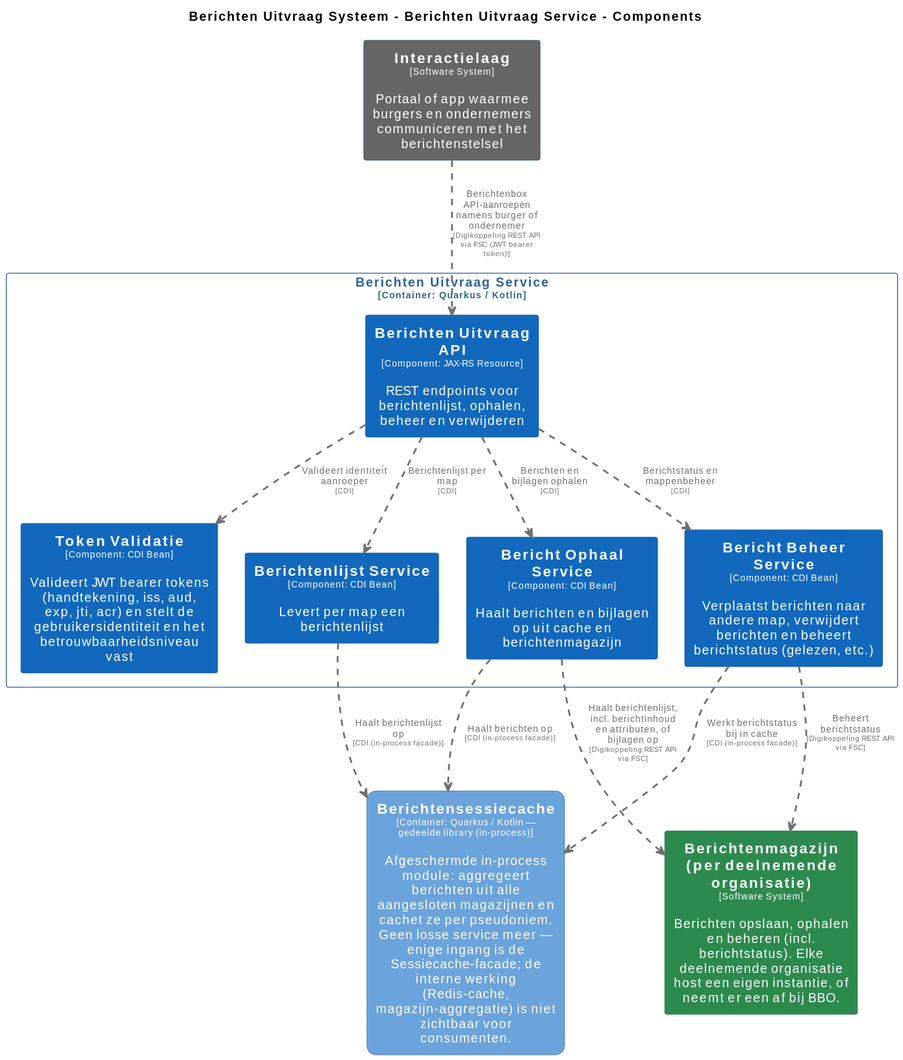
Before: master/svg/BerichtenUitvraagServiceComponenten.svg, a diagram exported from PlantUML (MinBZK/moza-poc-fbs-berichtenbox). Its source is kept beside it as master/puml/BerichtenUitvraagServiceComponenten.puml.
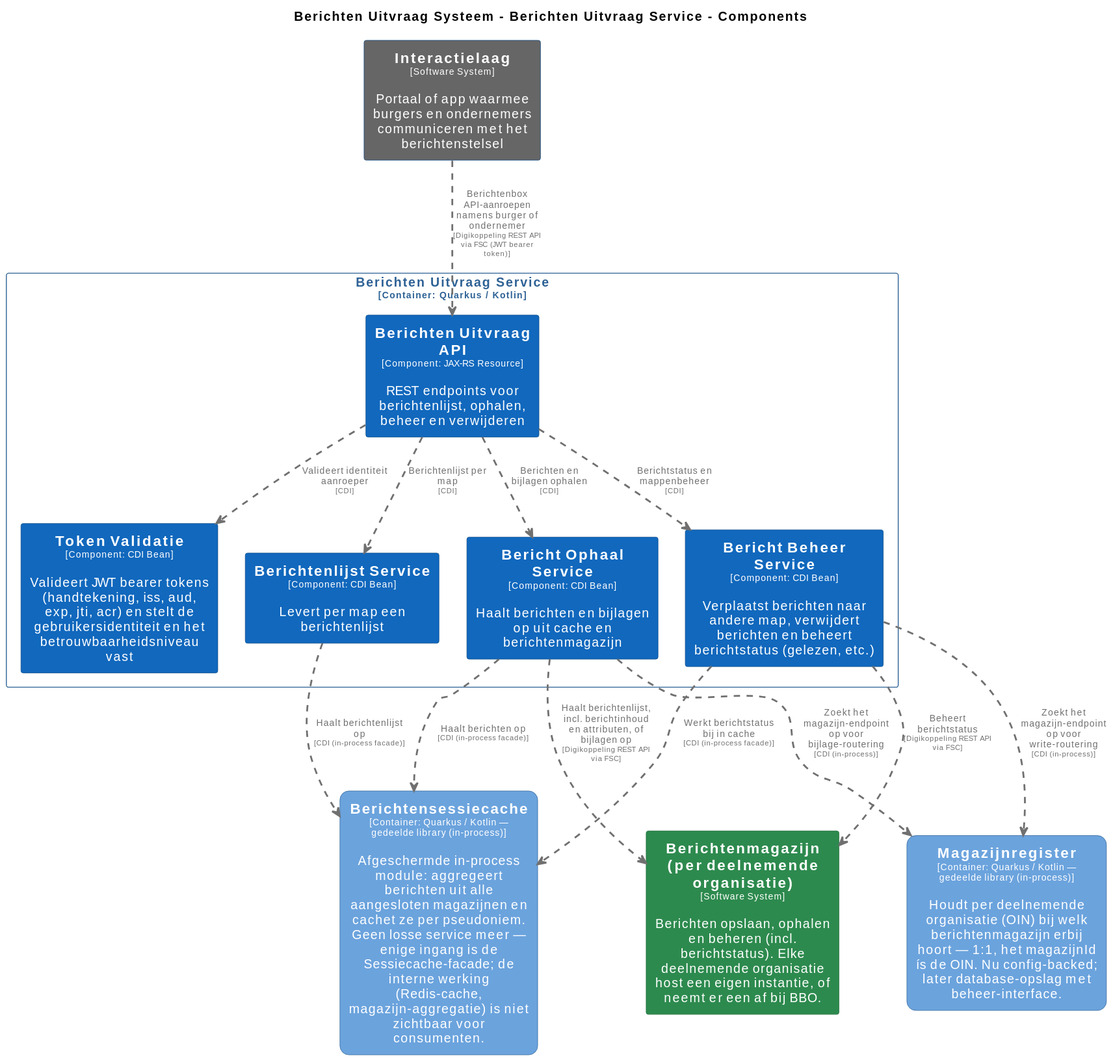
After the change.

Diff of the diagram source:
```diff
@@ -58,6 +58,13 @@
   BorderColor #0b4884
   shadowing false
 }
+skinparam rectangle<<BerichtenUitvraagSysteem.Magazijnregister>> {
+  BackgroundColor #6ba3dd
+  FontColor #ffffff
+  BorderColor #2e6295
+  roundCorner 20
+  shadowing false
+}
 skinparam rectangle<<BerichtenUitvraagSysteem.BerichtenUitvraagService.TokenValidatie>> {
   BackgroundColor #1168bd
   FontColor #ffffff
@@ -73,6 +80,7 @@
 rectangle "==Interactielaag\n<size:10>[Software System]</size>\n\nPortaal of app waarmee burgers en ondernemers communiceren met het berichtenstelsel" <<Interactielaag>> as Interactielaag
 rectangle "==Berichtenmagazijn (per deelnemende organisatie)\n<size:10>[Software System]</size>\n\nBerichten opslaan, ophalen en beheren (incl. berichtstatus). Elke deelnemende organisatie host een eigen instantie, of neemt er een af bij BBO." <<Berichtenmagazijnperdeelnemendeorganisatie>> as Berichtenmagazijnperdeelnemendeorganisatie
 rectangle "==Berichtensessiecache\n<size:10>[Container: Quarkus / Kotlin — gedeelde library (in-process)]</size>\n\nAfgeschermde in-process module: aggregeert berichten uit alle aangesloten magazijnen en cachet ze per pseudoniem. Geen losse service meer — enige ingang is de Sessiecache-facade; de interne werking (Redis-cache, magazijn-aggregatie) is niet zichtbaar voor consumenten." <<BerichtenUitvraagSysteem.Berichtensessiecache>> as BerichtenUitvraagSysteem.Berichtensessiecache
+rectangle "==Magazijnregister\n<size:10>[Container: Quarkus / Kotlin — gedeelde library (in-process)]</size>\n\nHoudt per deelnemende organisatie (OIN) bij welk berichtenmagazijn erbij hoort — 1:1, het magazijnId ís de OIN. Nu config-backed; later database-opslag met beheer-interface." <<BerichtenUitvraagSysteem.Magazijnregister>> as BerichtenUitvraagSysteem.Magazijnregister
 
 rectangle "Berichten Uitvraag Service\n<size:10>[Container: Quarkus / Kotlin]</size>" <<BerichtenUitvraagSysteem.BerichtenUitvraagService>> {
   rectangle "==Berichten Uitvraag API\n<size:10>[Component: JAX-RS Resource]</size>\n\nREST endpoints voor berichtenlijst, ophalen, beheer en verwijderen" <<BerichtenUitvraagSysteem.BerichtenUitvraagService.BerichtenUitvraagAPI>> as BerichtenUitvraagSysteem.BerichtenUitvraagService.BerichtenUitvraagAPI
@@ -82,6 +90,7 @@
   rectangle "==Bericht Beheer Service\n<size:10>[Component: CDI Bean]</size>\n\nVerplaatst berichten naar andere map, verwijdert berichten en beheert berichtstatus (gelezen, etc.)" <<BerichtenUitvraagSysteem.BerichtenUitvraagService.BerichtBeheerService>> as BerichtenUitvraagSysteem.BerichtenUitvraagService.BerichtBeheerService
 }
 
+BerichtenUitvraagSysteem.BerichtenUitvraagService.BerichtBeheerService .[#707070,thickness=2].> Berichtenmagazijnperdeelnemendeorganisatie : "<color:#707070>Beheert berichtstatus\n<color:#707070><size:8>[Digikoppeling REST API via FSC]</size>"
 BerichtenUitvraagSysteem.BerichtenUitvraagService.BerichtenUitvraagAPI .[#707070,thickness=2].> BerichtenUitvraagSysteem.BerichtenUitvraagService.TokenValidatie : "<color:#707070>Valideert identiteit aanroeper\n<color:#707070><size:8>[CDI]</size>"
 BerichtenUitvraagSysteem.BerichtenUitvraagService.BerichtenUitvraagAPI .[#707070,thickness=2].> BerichtenUitvraagSysteem.BerichtenUitvraagService.BerichtenlijstService : "<color:#707070>Berichtenlijst per map\n<color:#707070><size:8>[CDI]</size>"
 BerichtenUitvraagSysteem.BerichtenUitvraagService.BerichtenUitvraagAPI .[#707070,thickness=2].> BerichtenUitvraagSysteem.BerichtenUitvraagService.BerichtOphaalService : "<color:#707070>Berichten en bijlagen ophalen\n<color:#707070><size:8>[CDI]</size>"
@@ -89,7 +98,8 @@
 BerichtenUitvraagSysteem.BerichtenUitvraagService.BerichtOphaalService .[#707070,thickness=2].> BerichtenUitvraagSysteem.Berichtensessiecache : "<color:#707070>Haalt berichten op\n<color:#707070><size:8>[CDI (in-process facade)]</size>"
 BerichtenUitvraagSysteem.BerichtenUitvraagService.BerichtenlijstService .[#707070,thickness=2].> BerichtenUitvraagSysteem.Berichtensessiecache : "<color:#707070>Haalt berichtenlijst op\n<color:#707070><size:8>[CDI (in-process facade)]</size>"
 BerichtenUitvraagSysteem.BerichtenUitvraagService.BerichtBeheerService .[#707070,thickness=2].> BerichtenUitvraagSysteem.Berichtensessiecache : "<color:#707070>Werkt berichtstatus bij in cache\n<color:#707070><size:8>[CDI (in-process facade)]</size>"
+BerichtenUitvraagSysteem.BerichtenUitvraagService.BerichtOphaalService .[#707070,thickness=2].> BerichtenUitvraagSysteem.Magazijnregister : "<color:#707070>Zoekt het magazijn-endpoint op voor bijlage-routering\n<color:#707070><size:8>[CDI (in-process)]</size>"
+BerichtenUitvraagSysteem.BerichtenUitvraagService.BerichtBeheerService .[#707070,thickness=2].> BerichtenUitvraagSysteem.Magazijnregister : "<color:#707070>Zoekt het magazijn-endpoint op voor write-routering\n<color:#707070><size:8>[CDI (in-process)]</size>"
 Interactielaag .[#707070,thickness=2].> BerichtenUitvraagSysteem.BerichtenUitvraagService.BerichtenUitvraagAPI : "<color:#707070>Berichtenbox API-aanroepen namens burger of ondernemer\n<color:#707070><size:8>[Digikoppeling REST API via FSC (JWT bearer token)]</size>"
 BerichtenUitvraagSysteem.BerichtenUitvraagService.BerichtOphaalService .[#707070,thickness=2].> Berichtenmagazijnperdeelnemendeorganisatie : "<color:#707070>Haalt berichtenlijst, incl. berichtinhoud en attributen, of bijlagen op\n<color:#707070><size:8>[Digikoppeling REST API via FSC]</size>"
-BerichtenUitvraagSysteem.BerichtenUitvraagService.BerichtBeheerService .[#707070,thickness=2].> Berichtenmagazijnperdeelnemendeorganisatie : "<color:#707070>Beheert berichtstatus\n<color:#707070><size:8>[Digikoppeling REST API via FSC]</size>"
 @enduml
```
